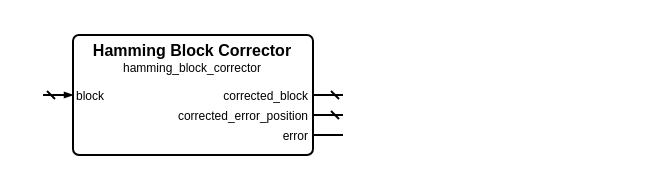
This is sources/error_control/hamming/hamming_block_corrector.symbol.drawio from Louis-DR/OmniCores-BuildingBlocks, a draw.io file, before an edit. Source tidied: cells renumbered, new cells numbered last; positions are measured from the earlier drawing's top-left corner, leaving out a move shared by most shapes. Both pictures are drawn from the tidied source at 200%, with x=0, y=0 at pixel (42, 34).
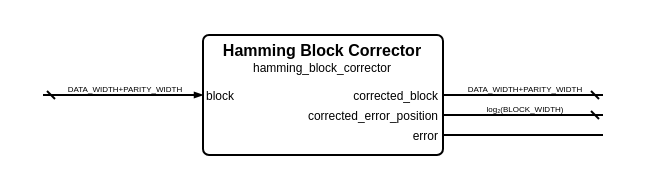
After the change.

The edit, as a diff of the source:
```diff
@@
     <mxCell id="2" style="group;" parent="1" vertex="1">
-      <mxGeometry width="150" height="60" as="geometry" />
+      <mxGeometry width="280" height="60" as="geometry" />
     </mxCell>
     <mxCell id="3" style="rounded=1;arcSize=5;fillColor=none;strokeWidth=1;strokeColor=black;whiteSpace=wrap;html=1;" parent="2" vertex="1">
-      <mxGeometry x="15" width="120" height="60" as="geometry" />
+      <mxGeometry x="80" width="120" height="60" as="geometry" />
     </mxCell>
     <mxCell id="4" value="Hamming Block Corrector" style="text;html=1;align=center;verticalAlign=middle;whiteSpace=wrap;rounded=0;fontSize=8;fontStyle=1;fontColor=black;" parent="2" vertex="1">
-      <mxGeometry x="15" y="7" width="120" as="geometry" />
+      <mxGeometry x="80" y="7" width="120" as="geometry" />
     </mxCell>
     <mxCell id="5" value="hamming_block_corrector" style="text;html=1;align=center;verticalAlign=middle;whiteSpace=wrap;rounded=0;fontSize=6;fontStyle=0;fontColor=black;" parent="2" vertex="1">
-      <mxGeometry x="15" y="16" width="120" as="geometry" />
+      <mxGeometry x="80" y="16" width="120" as="geometry" />
     </mxCell>
     <mxCell id="6" value="block" style="text;html=1;align=left;verticalAlign=middle;whiteSpace=wrap;rounded=0;fontSize=6;fontStyle=0;fontColor=black;" parent="2" vertex="1">
-      <mxGeometry x="15" y="30" width="120" as="geometry" />
+      <mxGeometry x="80" y="30" width="120" as="geometry" />
     </mxCell>
     <mxCell id="7" style="html=1;rounded=1;strokeWidth=1;strokeColor=black;startFill=0;startSize=2;startArrow=dash;endFill=1;endSize=2;endArrow=blockThin;sourcePerimeterSpacing=0;" parent="2" edge="1">
       <mxGeometry relative="1" as="geometry">
         <mxPoint y="30" as="sourcePoint" />
-        <mxPoint x="15" y="30" as="targetPoint" />
+        <mxPoint x="80" y="30" as="targetPoint" />
       </mxGeometry>
     </mxCell>
+    <mxCell id="14" value="DATA_WIDTH+PARITY_WIDTH" style="text;html=1;align=center;verticalAlign=middle;whiteSpace=nowrap;rounded=0;fontSize=4;fontStyle=0;fontColor=black;" parent="2" vertex="1">
+      <mxGeometry x="40" y="27" as="geometry" />
+    </mxCell>
     <mxCell id="8" value="corrected_block" style="text;html=1;align=right;verticalAlign=middle;whiteSpace=wrap;rounded=0;fontSize=6;fontStyle=0;fontColor=black;" parent="2" vertex="1">
-      <mxGeometry x="15" y="30" width="120" as="geometry" />
+      <mxGeometry x="80" y="30" width="120" as="geometry" />
     </mxCell>
     <mxCell id="9" style="html=1;rounded=1;strokeWidth=1;strokeColor=black;startFill=0;startSize=2;startArrow=dash;endFill=1;endSize=2;endArrow=none;sourcePerimeterSpacing=0;" parent="2" edge="1">
       <mxGeometry relative="1" as="geometry">
-        <mxPoint x="150" y="30" as="sourcePoint" />
-        <mxPoint x="135" y="30" as="targetPoint" />
+        <mxPoint x="280" y="30" as="sourcePoint" />
+        <mxPoint x="200" y="30" as="targetPoint" />
       </mxGeometry>
     </mxCell>
+    <mxCell id="15" value="DATA_WIDTH+PARITY_WIDTH" style="text;html=1;align=center;verticalAlign=middle;whiteSpace=nowrap;rounded=0;fontSize=4;fontStyle=0;fontColor=black;" parent="2" vertex="1">
+      <mxGeometry x="240" y="27" as="geometry" />
+    </mxCell>
     <mxCell id="10" value="corrected_error_position" style="text;html=1;align=right;verticalAlign=middle;whiteSpace=wrap;rounded=0;fontSize=6;fontStyle=0;fontColor=black;" parent="2" vertex="1">
-      <mxGeometry x="15" y="40" width="120" as="geometry" />
+      <mxGeometry x="80" y="40" width="120" as="geometry" />
     </mxCell>
     <mxCell id="11" style="html=1;rounded=1;strokeWidth=1;strokeColor=black;startFill=0;startSize=2;startArrow=dash;endFill=1;endSize=2;endArrow=none;sourcePerimeterSpacing=0;" parent="2" edge="1">
       <mxGeometry relative="1" as="geometry">
-        <mxPoint x="150" y="40" as="sourcePoint" />
-        <mxPoint x="135" y="40" as="targetPoint" />
+        <mxPoint x="280" y="40" as="sourcePoint" />
+        <mxPoint x="200" y="40" as="targetPoint" />
       </mxGeometry>
     </mxCell>
+    <mxCell id="16" value="log₂(BLOCK_WIDTH)" style="text;html=1;align=center;verticalAlign=middle;whiteSpace=nowrap;rounded=0;fontSize=4;fontStyle=0;fontColor=black;" parent="2" vertex="1">
+      <mxGeometry x="240" y="37" as="geometry" />
+    </mxCell>
     <mxCell id="12" value="error" style="text;html=1;align=right;verticalAlign=middle;whiteSpace=wrap;rounded=0;fontSize=6;fontStyle=0;fontColor=black;" parent="2" vertex="1">
-      <mxGeometry x="15" y="50" width="120" as="geometry" />
+      <mxGeometry x="80" y="50" width="120" as="geometry" />
     </mxCell>
     <mxCell id="13" style="html=1;rounded=1;strokeWidth=1;strokeColor=black;startFill=0;startSize=2;startArrow=none;endFill=1;endSize=2;endArrow=none;sourcePerimeterSpacing=0;" parent="2" edge="1">
       <mxGeometry relative="1" as="geometry">
-        <mxPoint x="150" y="50" as="sourcePoint" />
-        <mxPoint x="135" y="50" as="targetPoint" />
+        <mxPoint x="280" y="50" as="sourcePoint" />
+        <mxPoint x="200" y="50" as="targetPoint" />
       </mxGeometry>
     </mxCell>
```
